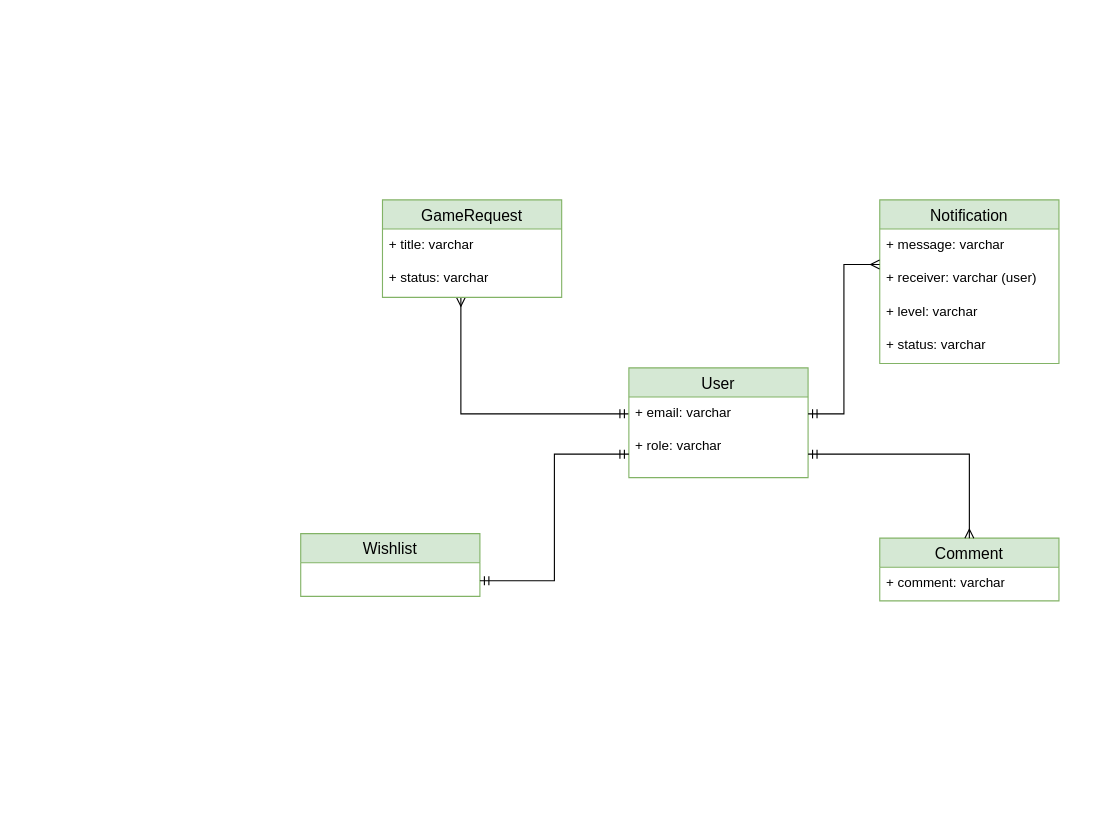
Before: Entety Relations Diagram ERD.drawio in GeorgiIvanov800/GameStore, a draw.io diagram. Source tidied: cells renumbered, new cells numbered last; positions are measured from the earlier drawing's top-left corner, leaving out a move shared by most shapes. Both pictures are drawn from the tidied source at 112%, with x=0, y=0 at pixel (300, 199).
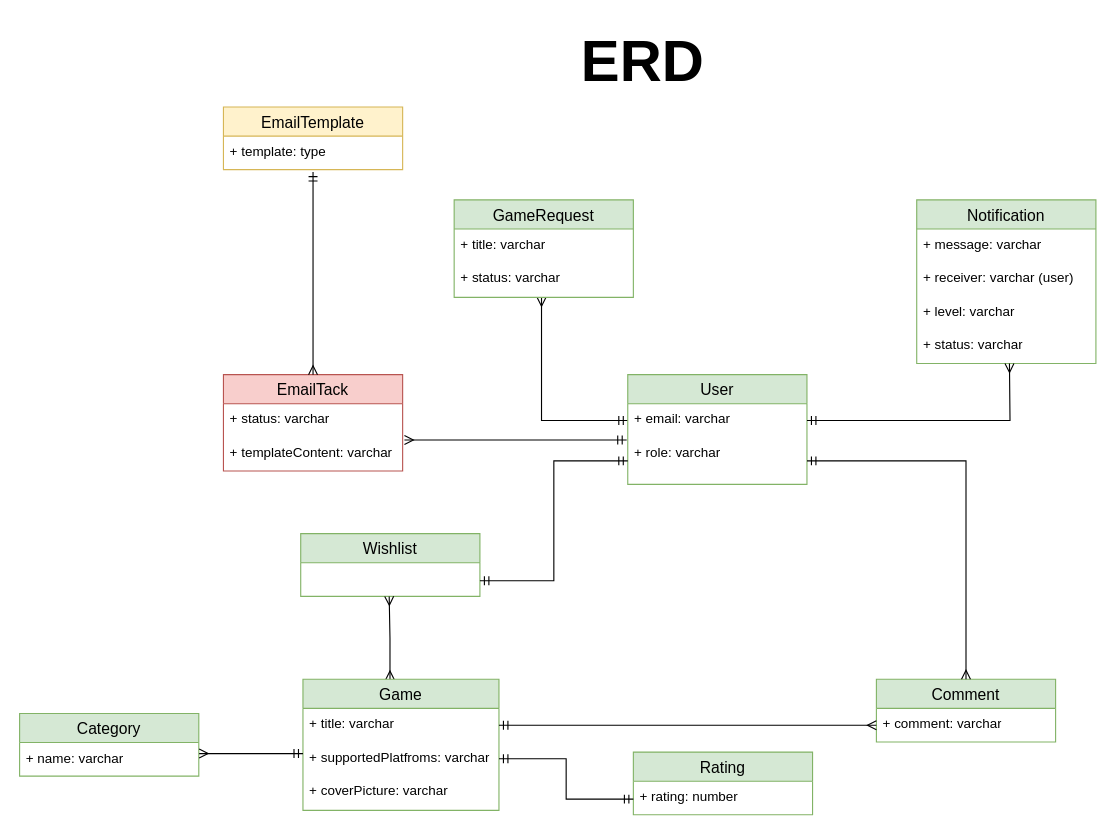
The same diagram, later.

The change refers to these unchanged cells:
```xml
<mxCell id="4" value="&lt;div&gt;+ email: varchar&lt;/div&gt;" style="text;strokeColor=none;fillColor=none;spacingLeft=4;spacingRight=4;overflow=hidden;points=[[0,0.5],[1,0.5]];portConstraint=eastwest;fontSize=12;whiteSpace=wrap;html=1;" parent="3" vertex="1">
  <mxGeometry y="26" width="160" height="30" as="geometry" />
</mxCell>
<mxCell id="5" value="+ role: varchar" style="text;strokeColor=none;fillColor=none;spacingLeft=4;spacingRight=4;overflow=hidden;points=[[0,0.5],[1,0.5]];portConstraint=eastwest;fontSize=12;whiteSpace=wrap;html=1;" parent="3" vertex="1">
  <mxGeometry y="56" width="160" height="42" as="geometry" />
</mxCell>
<mxCell id="8" value="+ status: varchar" style="text;strokeColor=none;fillColor=none;spacingLeft=4;spacingRight=4;overflow=hidden;points=[[0,0.5],[1,0.5]];portConstraint=eastwest;fontSize=12;whiteSpace=wrap;html=1;" parent="6" vertex="1">
  <mxGeometry y="56" width="160" height="31" as="geometry" />
</mxCell>
<mxCell id="11" value="+ receiver: varchar (user)" style="text;strokeColor=none;fillColor=none;spacingLeft=4;spacingRight=4;overflow=hidden;points=[[0,0.5],[1,0.5]];portConstraint=eastwest;fontSize=12;whiteSpace=wrap;html=1;" parent="9" vertex="1">
  <mxGeometry y="56" width="160" height="30" as="geometry" />
</mxCell>
<mxCell id="15" value="+ comment: varchar" style="text;strokeColor=none;fillColor=none;spacingLeft=4;spacingRight=4;overflow=hidden;points=[[0,0.5],[1,0.5]];portConstraint=eastwest;fontSize=12;whiteSpace=wrap;html=1;" parent="14" vertex="1">
  <mxGeometry y="26" width="160" height="30" as="geometry" />
</mxCell>
```

Change to the diagram source:
```diff
@@
-    <mxCell id="2" style="edgeStyle=orthogonalEdgeStyle;rounded=0;jettySize=auto;html=1;exitX=0;exitY=0.5;exitDx=0;exitDy=0;endArrow=ERmany;endFill=0;startArrow=ERmandOne;startFill=0;" parent="1" edge="1" source="4" target="8">
+    <mxCell id="2" style="edgeStyle=orthogonalEdgeStyle;rounded=0;jettySize=auto;html=1;endArrow=ERmany;endFill=0;startArrow=ERmandOne;startFill=0;exitX=0;exitY=0.5;exitDx=0;exitDy=0;" parent="1" edge="1" source="4" target="8">
       <mxGeometry relative="1" as="geometry">
         <Array as="points">
-          <mxPoint x="143" y="191" />
+          <mxPoint x="215" y="197" />
         </Array>
       </mxGeometry>
     </mxCell>
     <mxCell id="3" value="User" style="swimlane;fontStyle=0;horizontal=1;startSize=26;align=center;fontSize=14;fillColor=#d5e8d4;strokeColor=#82b366;" parent="1" vertex="1">
-      <mxGeometry x="293" y="150" width="160" height="98" as="geometry" />
+      <mxGeometry x="292" y="156" width="160" height="98" as="geometry" />
     </mxCell>
@@
     <mxCell id="6" value="GameRequest" style="swimlane;fontStyle=0;horizontal=1;startSize=26;align=center;fontSize=14;fillColor=#d5e8d4;strokeColor=#82b366;" parent="1" vertex="1">
-      <mxGeometry x="73" width="160" height="87" as="geometry" />
+      <mxGeometry x="137" width="160" height="87" as="geometry" />
     </mxCell>
@@
     <mxCell id="9" value="Notification" style="swimlane;fontStyle=0;horizontal=1;startSize=26;align=center;fontSize=14;fillColor=#d5e8d4;strokeColor=#82b366;" parent="1" vertex="1">
-      <mxGeometry x="517" width="160" height="146" as="geometry" />
+      <mxGeometry x="550" width="160" height="146" as="geometry" />
     </mxCell>
@@
     <mxCell id="14" value="Comment" style="swimlane;fontStyle=0;horizontal=1;startSize=26;align=center;fontSize=14;fillColor=#d5e8d4;strokeColor=#82b366;" parent="1" vertex="1">
-      <mxGeometry x="517" y="302" width="160" height="56" as="geometry" />
+      <mxGeometry x="514" y="428" width="160" height="56" as="geometry" />
     </mxCell>
@@
-    <mxCell id="16" style="edgeStyle=orthogonalEdgeStyle;rounded=0;jettySize=auto;html=1;exitX=1;exitY=0.5;exitDx=0;exitDy=0;entryX=-0.001;entryY=0.056;entryDx=0;entryDy=0;entryPerimeter=0;startArrow=ERmandOne;startFill=0;endArrow=ERmany;endFill=0;" parent="1" edge="1" source="4" target="11">
-      <mxGeometry relative="1" as="geometry" />
+    <mxCell id="16" style="edgeStyle=orthogonalEdgeStyle;rounded=0;jettySize=auto;html=1;exitX=1;exitY=0.5;exitDx=0;exitDy=0;entryX=-0.001;entryY=0.056;entryDx=0;entryDy=0;entryPerimeter=0;startArrow=ERmandOne;startFill=0;endArrow=ERmany;endFill=0;" parent="1" edge="1" source="4">
+      <mxGeometry relative="1" as="geometry">
+        <mxPoint x="632.8" y="146" as="targetPoint" />
+      </mxGeometry>
     </mxCell>
@@
+    <mxCell id="20" style="edgeStyle=orthogonalEdgeStyle;rounded=0;jettySize=auto;html=1;startArrow=ERmany;startFill=0;endArrow=ERmany;endFill=0;exitX=0.444;exitY=0.005;exitDx=0;exitDy=0;exitPerimeter=0;" parent="1" edge="1" source="21">
+      <mxGeometry relative="1" as="geometry">
+        <mxPoint x="79" y="354" as="targetPoint" />
+      </mxGeometry>
+    </mxCell>
+    <mxCell id="21" value="Game" style="swimlane;fontStyle=0;horizontal=1;startSize=26;align=center;fontSize=14;fillColor=#d5e8d4;strokeColor=#82b366;" parent="1" vertex="1">
+      <mxGeometry x="2" y="428" width="175" height="117" as="geometry" />
+    </mxCell>
+    <mxCell id="22" value="+ title: varchar" style="text;strokeColor=none;fillColor=none;spacingLeft=4;spacingRight=4;overflow=hidden;points=[[0,0.5],[1,0.5]];portConstraint=eastwest;fontSize=12;whiteSpace=wrap;html=1;" parent="21" vertex="1">
+      <mxGeometry y="26" width="175" height="30" as="geometry" />
+    </mxCell>
+    <mxCell id="23" value="+ supportedPlatfroms: varchar" style="text;strokeColor=none;fillColor=none;spacingLeft=4;spacingRight=4;overflow=hidden;points=[[0,0.5],[1,0.5]];portConstraint=eastwest;fontSize=12;whiteSpace=wrap;html=1;" parent="21" vertex="1">
+      <mxGeometry y="56" width="175" height="30" as="geometry" />
+    </mxCell>
+    <mxCell id="24" value="+ coverPicture: varchar" style="text;strokeColor=none;fillColor=none;spacingLeft=4;spacingRight=4;overflow=hidden;fontSize=12;whiteSpace=wrap;html=1;" parent="21" vertex="1">
+      <mxGeometry y="86" width="175" height="31" as="geometry" />
+    </mxCell>
+    <mxCell id="25" style="edgeStyle=orthogonalEdgeStyle;rounded=0;jettySize=auto;html=1;exitX=1;exitY=0.5;exitDx=0;exitDy=0;entryX=0;entryY=0.5;entryDx=0;entryDy=0;startArrow=ERmandOne;startFill=0;endArrow=ERmany;endFill=0;" parent="1" edge="1" source="22" target="15">
+      <mxGeometry relative="1" as="geometry" />
+    </mxCell>
+    <mxCell id="26" value="EmailTack" style="swimlane;fontStyle=0;horizontal=1;startSize=26;align=center;fontSize=14;fillColor=#f8cecc;strokeColor=#b85450;" parent="1" vertex="1">
+      <mxGeometry x="-69" y="156" width="160" height="86" as="geometry" />
+    </mxCell>
+    <mxCell id="27" value="+ status: varchar" style="text;strokeColor=none;fillColor=none;spacingLeft=4;spacingRight=4;overflow=hidden;fontSize=12;whiteSpace=wrap;html=1;" parent="26" vertex="1">
+      <mxGeometry y="26" width="160" height="30" as="geometry" />
+    </mxCell>
+    <mxCell id="28" value="+ templateContent: varchar" style="text;strokeColor=none;fillColor=none;spacingLeft=4;spacingRight=4;overflow=hidden;points=[[0,0.5],[1,0.5]];portConstraint=eastwest;fontSize=12;whiteSpace=wrap;html=1;" parent="26" vertex="1">
+      <mxGeometry y="56" width="160" height="30" as="geometry" />
+    </mxCell>
+    <mxCell id="29" style="edgeStyle=orthogonalEdgeStyle;rounded=0;jettySize=auto;html=1;exitX=1.01;exitY=0.078;exitDx=0;exitDy=0;entryX=-0.006;entryY=0.056;entryDx=0;entryDy=0;entryPerimeter=0;exitPerimeter=0;startArrow=ERmany;startFill=0;endArrow=ERmandOne;endFill=0;" parent="1" edge="1" source="28" target="5">
+      <mxGeometry relative="1" as="geometry" />
+    </mxCell>
+    <mxCell id="30" value="EmailTemplate" style="swimlane;fontStyle=0;horizontal=1;startSize=26;align=center;fontSize=14;fillColor=#fff2cc;strokeColor=#d6b656;" parent="1" vertex="1">
+      <mxGeometry x="-69" y="-83" width="160" height="56" as="geometry" />
+    </mxCell>
+    <mxCell id="31" value="+ template: type" style="text;strokeColor=none;fillColor=none;spacingLeft=4;spacingRight=4;overflow=hidden;points=[[0,0.5],[1,0.5]];portConstraint=eastwest;fontSize=12;whiteSpace=wrap;html=1;" parent="30" vertex="1">
+      <mxGeometry y="26" width="160" height="30" as="geometry" />
+    </mxCell>
+    <mxCell id="32" style="edgeStyle=orthogonalEdgeStyle;rounded=0;jettySize=auto;html=1;exitX=0.5;exitY=1.072;exitDx=0;exitDy=0;entryX=0.5;entryY=0;entryDx=0;entryDy=0;exitPerimeter=0;startArrow=ERmandOne;startFill=0;endArrow=ERmany;endFill=0;" parent="1" edge="1" source="31" target="26">
+      <mxGeometry relative="1" as="geometry">
+        <Array as="points">
+          <mxPoint x="11" y="23" />
+          <mxPoint x="11" y="23" />
+        </Array>
+      </mxGeometry>
+    </mxCell>
+    <mxCell id="33" value="&lt;b&gt;&lt;font style=&quot;font-size: 52px;&quot;&gt;ERD&lt;/font&gt;&lt;/b&gt;" style="text;html=1;align=center;verticalAlign=middle;strokeColor=none;fillColor=none;" parent="1" vertex="1">
+      <mxGeometry x="241" y="-161" width="128" height="74" as="geometry" />
+    </mxCell>
+    <mxCell id="34" value="Category" style="swimlane;fontStyle=0;horizontal=1;startSize=26;align=center;fontSize=14;fillColor=#d5e8d4;strokeColor=#82b366;" parent="1" vertex="1">
+      <mxGeometry x="-251" y="458.5" width="160" height="56" as="geometry" />
+    </mxCell>
+    <mxCell id="35" value="+ name: varchar" style="text;strokeColor=none;fillColor=none;spacingLeft=4;spacingRight=4;overflow=hidden;points=[[0,0.5],[1,0.5]];portConstraint=eastwest;fontSize=12;whiteSpace=wrap;html=1;" parent="34" vertex="1">
+      <mxGeometry y="26" width="160" height="30" as="geometry" />
+    </mxCell>
+    <mxCell id="36" style="edgeStyle=orthogonalEdgeStyle;rounded=0;jettySize=auto;html=1;entryX=1.002;entryY=0.328;entryDx=0;entryDy=0;entryPerimeter=0;startArrow=ERmandOne;startFill=0;endArrow=ERmany;endFill=0;exitX=0;exitY=0.345;exitDx=0;exitDy=0;exitPerimeter=0;" parent="1" edge="1" source="23" target="35">
+      <mxGeometry relative="1" as="geometry" />
+    </mxCell>
+    <mxCell id="37" value="Rating" style="swimlane;fontStyle=0;horizontal=1;startSize=26;align=center;fontSize=14;fillColor=#d5e8d4;strokeColor=#82b366;" parent="1" vertex="1">
+      <mxGeometry x="297" y="493" width="160" height="56" as="geometry" />
+    </mxCell>
+    <mxCell id="38" value="+ rating: number" style="text;strokeColor=none;fillColor=none;spacingLeft=4;spacingRight=4;overflow=hidden;fontSize=12;whiteSpace=wrap;html=1;" parent="37" vertex="1">
+      <mxGeometry y="26" width="160" height="30" as="geometry" />
+    </mxCell>
+    <mxCell id="39" style="edgeStyle=orthogonalEdgeStyle;rounded=0;jettySize=auto;html=1;exitX=1;exitY=0.5;exitDx=0;exitDy=0;entryX=0;entryY=0.75;entryDx=0;entryDy=0;startArrow=ERmandOne;startFill=0;endArrow=ERmandOne;endFill=0;" parent="1" edge="1" source="23" target="37">
+      <mxGeometry relative="1" as="geometry" />
+    </mxCell>
```
